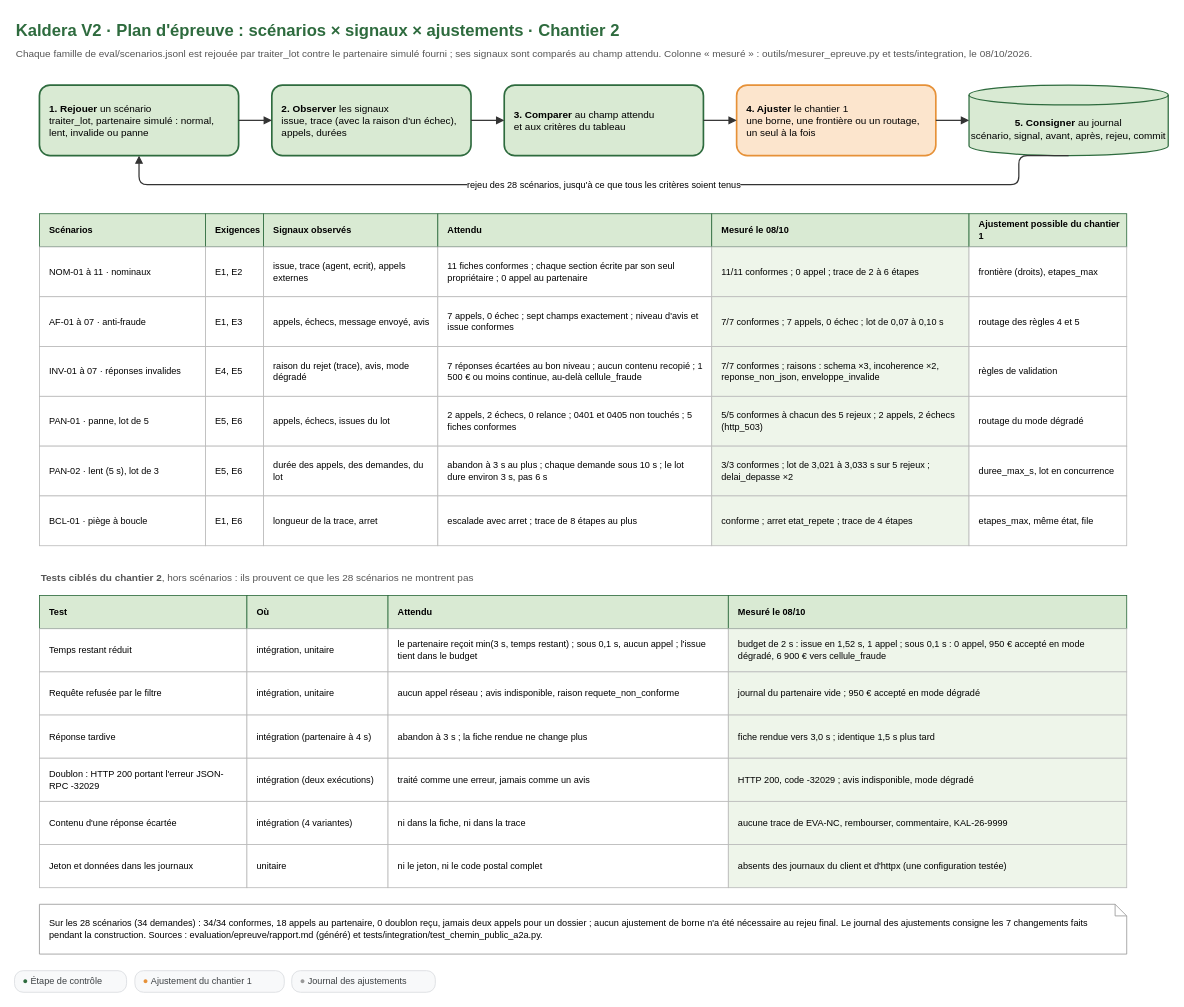
Earlier version of the draw.io diagram conception/schemas/schema-6-plan-epreuve.drawio (Ganda15/kaldera-bout-en-bout_v2). Source tidied: cells renumbered, new cells numbered last; positions are measured from the earlier drawing's top-left corner, leaving out a move shared by most shapes. Both pictures are drawn from the tidied source at 83%, with x=0, y=0 at pixel (14, 14).
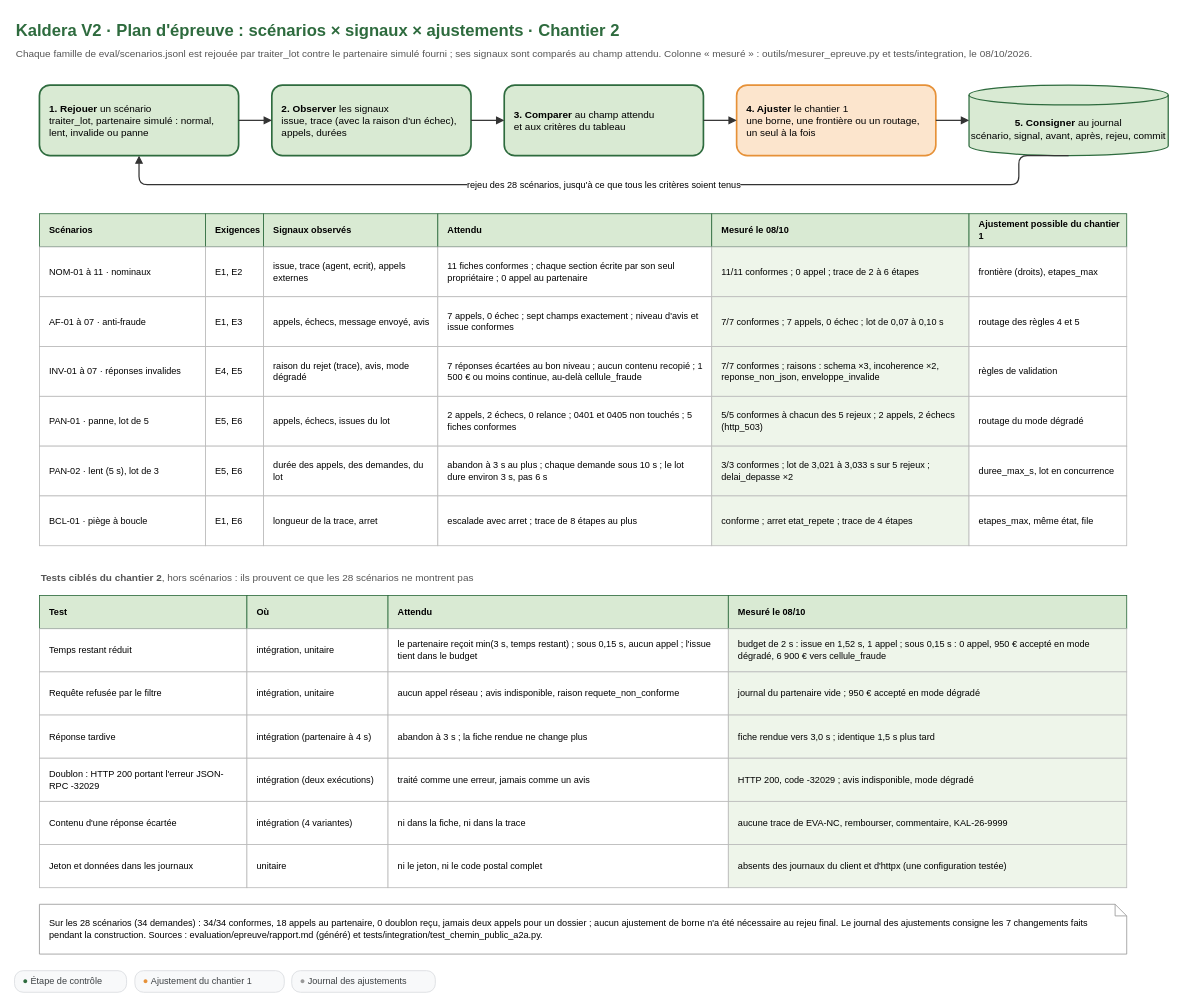
After the change.

Change to the diagram source:
```diff
@@
-    <mxCell id="72" value="le partenaire reçoit min(3 s, temps restant) ; sous 0,1 s, aucun appel ; l'issue tient dans le budget" style="whiteSpace=wrap;html=1;fontFamily=Arial;fontSize=12;align=left;spacingLeft=10;spacingRight=8;verticalAlign=top;spacingTop=6;verticalAlign=middle;spacingTop=0;rounded=0;fillColor=#ffffff;strokeColor=#bbbbbb;fontSize=11;" parent="1" vertex="1">
+    <mxCell id="72" value="le partenaire reçoit min(3 s, temps restant) ; sous 0,15 s, aucun appel ; l'issue tient dans le budget" style="whiteSpace=wrap;html=1;fontFamily=Arial;fontSize=12;align=left;spacingLeft=10;spacingRight=8;verticalAlign=top;spacingTop=6;verticalAlign=middle;spacingTop=0;rounded=0;fillColor=#ffffff;strokeColor=#bbbbbb;fontSize=11;" parent="1" vertex="1">
       <mxGeometry x="450" y="740" width="410" height="52" as="geometry" />
     </mxCell>
@@
-    <mxCell id="79" value="budget de 2 s : issue en 1,52 s, 1 appel ; sous 0,1 s : 0 appel, 950 € accepté en mode dégradé, 6 900 € vers cellule_fraude" style="whiteSpace=wrap;html=1;fontFamily=Arial;fontSize=12;align=left;spacingLeft=10;spacingRight=8;verticalAlign=top;spacingTop=6;verticalAlign=middle;spacingTop=0;rounded=0;fillColor=#eef5ea;strokeColor=#bbbbbb;fontSize=11;" parent="1" vertex="1">
+    <mxCell id="79" value="budget de 2 s : issue en 1,52 s, 1 appel ; sous 0,15 s : 0 appel, 950 € accepté en mode dégradé, 6 900 € vers cellule_fraude" style="whiteSpace=wrap;html=1;fontFamily=Arial;fontSize=12;align=left;spacingLeft=10;spacingRight=8;verticalAlign=top;spacingTop=6;verticalAlign=middle;spacingTop=0;rounded=0;fillColor=#eef5ea;strokeColor=#bbbbbb;fontSize=11;" parent="1" vertex="1">
       <mxGeometry x="860" y="740" width="480" height="52" as="geometry" />
     </mxCell>
```
